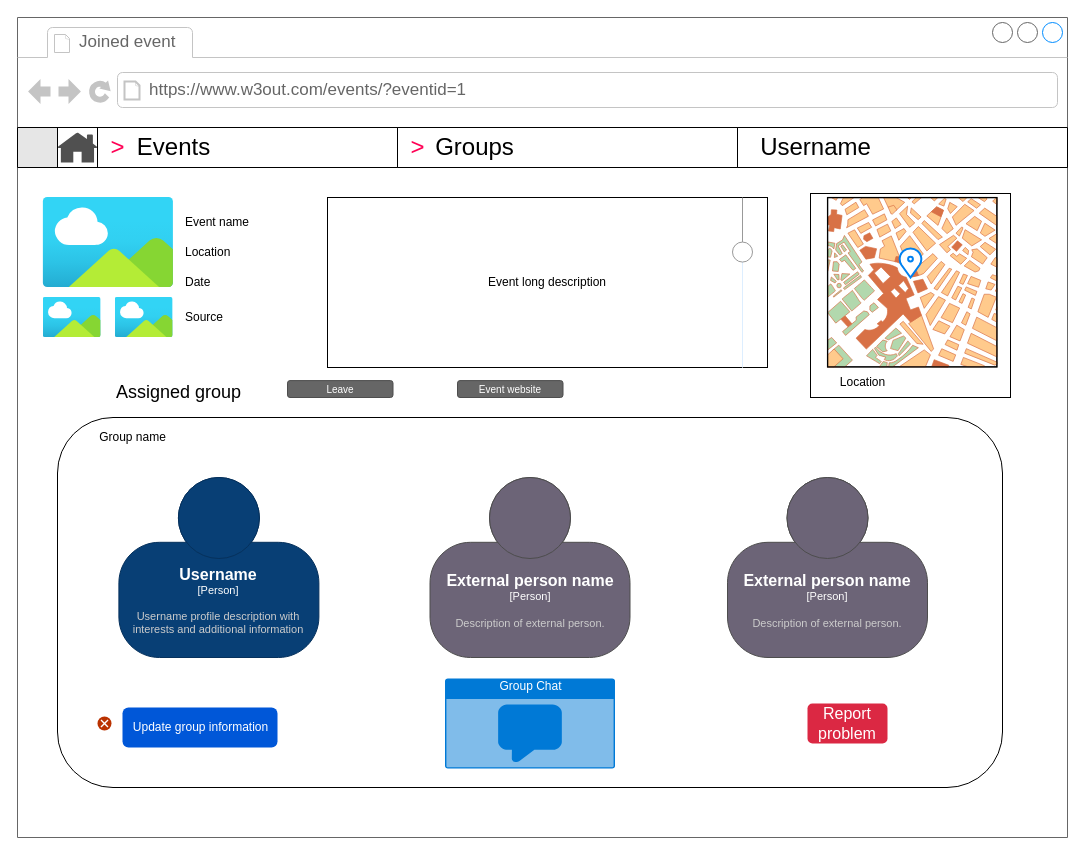
josura/HCI keeps this draw.io diagram as project/eventmockup.drawio. Above is the earlier version. Source tidied: cells renumbered, new cells numbered last; positions are measured from the earlier drawing's top-left corner, leaving out a move shared by most shapes. Both pictures are drawn from the tidied source at 100%, with x=0, y=0 at pixel (17, 17). Pictures stored in the file or linked from it are replaced by grey dashed boxes.
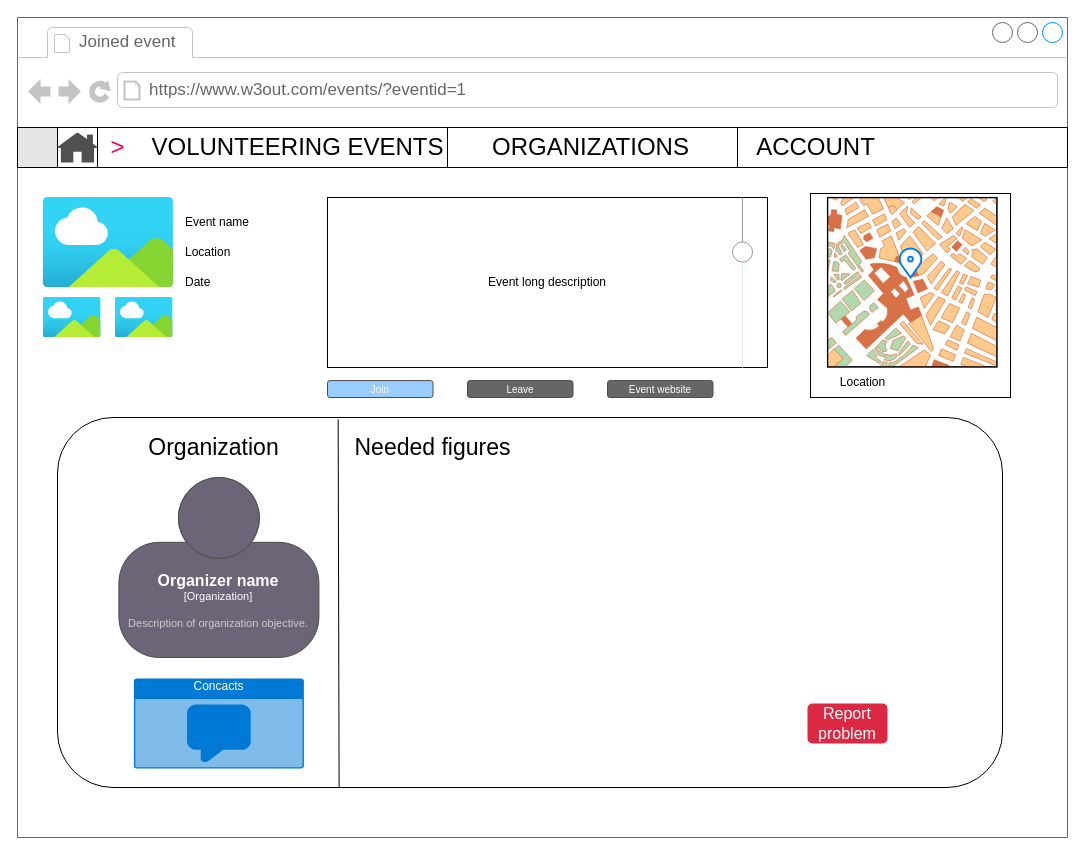
After the change.

The change refers to these unchanged cells:
```xml
<mxCell id="2" style="strokeWidth=1;shadow=0;dashed=0;align=center;html=1;shape=mxgraph.mockup.containers.browserWindow;rSize=0;strokeColor=#666666;mainText=,;rounded=0;labelBackgroundColor=none;fontFamily=Verdana;fontSize=12;" parent="1" vertex="1">
  <mxGeometry width="1050" height="820" as="geometry" />
</mxCell>
<mxCell id="16" style="rounded=1;whiteSpace=wrap;html=1;" parent="2" vertex="1">
  <mxGeometry x="40" y="400" width="945" height="370" as="geometry" />
</mxCell>
<mxCell id="38" style="swimlane;startSize=0;" parent="1" vertex="1">
  <mxGeometry x="720" y="110" width="330" height="40" as="geometry" />
</mxCell>
```

What changed in the source:
```diff
@@
-    <mxCell id="5" style="fillColor=#E6E6E6;strokeColor=#999999;dashed=1;html=1;verticalAlign=top;verticalLabelPosition=bottom;labelBackgroundColor=#ffffff;" parent="2" vertex="1">
-      <mxGeometry y="110" width="40" height="40" as="geometry" />
-    </mxCell>
-    <mxCell id="6" style="swimlane;startSize=0;" parent="2" vertex="1">
-      <mxGeometry x="380" y="110" width="340" height="40" as="geometry" />
-    </mxCell>
-    <mxCell id="7" value="&lt;font style=&quot;font-size: 24px;&quot;&gt;Groups&lt;/font&gt;" style="text;html=1;align=center;verticalAlign=middle;strokeColor=none;fillColor=none;" parent="6" vertex="1">
-      <mxGeometry x="27" width="100" height="40" as="geometry" />
-    </mxCell>
-    <mxCell id="8" value="&lt;font style=&quot;font-size: 24px;&quot; color=&quot;#ff0055&quot;&gt;&amp;gt;&lt;/font&gt;" style="text;html=1;align=center;verticalAlign=middle;strokeColor=none;fillColor=none;" parent="6" vertex="1">
-      <mxGeometry width="40" height="40" as="geometry" />
-    </mxCell>
-    <mxCell id="9" style="sketch=0;shadow=0;dashed=0;html=1;strokeColor=none;fillColor=#505050;labelPosition=center;verticalLabelPosition=bottom;verticalAlign=top;align=center;shape=mxgraph.office.concepts.home;" parent="2" vertex="1">
-      <mxGeometry x="40" y="115" width="40" height="30" as="geometry" />
-    </mxCell>
@@
-    <mxCell id="15" value="Source" style="text;html=1;align=left;verticalAlign=middle;strokeColor=none;fillColor=none;" parent="2" vertex="1">
-      <mxGeometry x="166.4" y="285" width="60" height="30" as="geometry" />
-    </mxCell>
@@
-    <mxCell id="19" value="Assigned group" style="text;html=1;align=center;verticalAlign=middle;strokeColor=none;fillColor=none;fontSize=18;" parent="2" vertex="1">
-      <mxGeometry x="86.4" y="355" width="150" height="40" as="geometry" />
-    </mxCell>
-    <object id="20" label="&lt;font style=&quot;font-size: 16px&quot;&gt;&lt;b&gt;%c4Name%&lt;/b&gt;&lt;/font&gt;&lt;div&gt;[%c4Type%]&lt;/div&gt;&lt;br&gt;&lt;div&gt;&lt;font style=&quot;font-size: 11px&quot;&gt;&lt;font color=&quot;#cccccc&quot;&gt;%c4Description%&lt;/font&gt;&lt;/div&gt;" c4Description="Username profile description with interests and additional information" c4Name="Username" c4Type="Person" placeholders="1">
-      <mxCell style="html=1;fontSize=11;dashed=0;whiteSpace=wrap;fillColor=#083F75;strokeColor=#06315C;fontColor=#ffffff;shape=mxgraph.c4.person2;align=center;" parent="2" vertex="1">
-        <mxGeometry x="101.4" y="460" width="200" height="180" as="geometry" />
-      </mxCell>
-    </object>
-    <object id="21" label="&lt;font style=&quot;font-size: 16px&quot;&gt;&lt;b&gt;%c4Name%&lt;/b&gt;&lt;/font&gt;&lt;div&gt;[%c4Type%]&lt;/div&gt;&lt;br&gt;&lt;div&gt;&lt;font style=&quot;font-size: 11px&quot;&gt;&lt;font color=&quot;#cccccc&quot;&gt;%c4Description%&lt;/font&gt;&lt;/div&gt;" c4Description="Description of external person." c4Name="External person name" c4Type="Person" placeholders="1">
+    <object id="21" label="&lt;font style=&quot;font-size: 16px&quot;&gt;&lt;b&gt;%c4Name%&lt;/b&gt;&lt;/font&gt;&lt;div&gt;[%c4Type%]&lt;/div&gt;&lt;br&gt;&lt;div&gt;&lt;font style=&quot;font-size: 11px&quot;&gt;&lt;font color=&quot;#cccccc&quot;&gt;%c4Description%&lt;/font&gt;&lt;/div&gt;" c4Description="Description of organization objective." c4Name="Organizer name" c4Type="Organization" placeholders="1">
       <mxCell style="html=1;fontSize=11;dashed=0;whiteSpace=wrap;fillColor=#6C6477;strokeColor=#4D4D4D;fontColor=#ffffff;shape=mxgraph.c4.person2;align=center;" parent="2" vertex="1">
-        <mxGeometry x="412.5" y="460" width="200" height="180" as="geometry" />
+        <mxGeometry x="101.4" y="460" width="200" height="180" as="geometry" />
       </mxCell>
     </object>
-    <object id="22" label="&lt;font style=&quot;font-size: 16px&quot;&gt;&lt;b&gt;%c4Name%&lt;/b&gt;&lt;/font&gt;&lt;div&gt;[%c4Type%]&lt;/div&gt;&lt;br&gt;&lt;div&gt;&lt;font style=&quot;font-size: 11px&quot;&gt;&lt;font color=&quot;#cccccc&quot;&gt;%c4Description%&lt;/font&gt;&lt;/div&gt;" c4Description="Description of external person." c4Name="External person name" c4Type="Person" placeholders="1">
-      <mxCell style="html=1;fontSize=11;dashed=0;whiteSpace=wrap;fillColor=#6C6477;strokeColor=#4D4D4D;fontColor=#ffffff;shape=mxgraph.c4.person2;align=center;" parent="2" vertex="1">
-        <mxGeometry x="710" y="460" width="200" height="180" as="geometry" />
-      </mxCell>
-    </object>
@@
-    <mxCell id="27" value="Group name" style="text;html=1;align=center;verticalAlign=middle;strokeColor=none;fillColor=none;" parent="2" vertex="1">
-      <mxGeometry x="70" y="405" width="90" height="30" as="geometry" />
+    <mxCell id="27" value="&lt;font style=&quot;font-size: 23px;&quot;&gt;Organization&lt;/font&gt;" style="text;html=1;align=center;verticalAlign=middle;strokeColor=none;fillColor=none;" parent="2" vertex="1">
+      <mxGeometry x="121.4" y="410" width="150" height="40" as="geometry" />
     </mxCell>
-    <mxCell id="28" value="Update group information" style="rounded=1;fillColor=#0057D8;align=center;strokeColor=none;html=1;fontColor=#ffffff;fontSize=12;sketch=0;" parent="2" vertex="1">
-      <mxGeometry x="105" y="690" width="155" height="40" as="geometry" />
-    </mxCell>
-    <mxCell id="29" style="html=1;shadow=0;dashed=0;shape=mxgraph.atlassian.close;fillColor=#BA3200;strokeColor=none;html=1;sketch=0;" parent="2" vertex="1">
-      <mxGeometry x="80" y="699" width="14" height="14" as="geometry" />
-    </mxCell>
     <mxCell id="30" value="Leave" style="rounded=1;html=1;shadow=0;dashed=0;whiteSpace=wrap;fontSize=10;fillColor=#666666;align=center;strokeColor=#4D4D4D;fontColor=#ffffff;" parent="2" vertex="1">
-      <mxGeometry x="270" y="363.1" width="105.5" height="16.9" as="geometry" />
+      <mxGeometry x="450" y="363.1" width="105.5" height="16.9" as="geometry" />
     </mxCell>
     <mxCell id="31" value="Event website" style="rounded=1;html=1;shadow=0;dashed=0;whiteSpace=wrap;fontSize=10;fillColor=#666666;align=center;strokeColor=#4D4D4D;fontColor=#ffffff;" parent="2" vertex="1">
-      <mxGeometry x="440" y="363.1" width="105.5" height="16.9" as="geometry" />
+      <mxGeometry x="590" y="363.1" width="105.5" height="16.9" as="geometry" />
     </mxCell>
-    <mxCell id="32" value="Group Chat" style="html=1;strokeColor=none;fillColor=#0079D6;labelPosition=center;verticalLabelPosition=middle;verticalAlign=top;align=center;fontSize=12;spacingTop=-6;fontColor=#FFFFFF;sketch=0;shape=mxgraph.sitemap.chat;" parent="2" vertex="1">
-      <mxGeometry x="427.5" y="661" width="170" height="90" as="geometry" />
+    <mxCell id="32" value="Concacts" style="html=1;strokeColor=none;fillColor=#0079D6;labelPosition=center;verticalLabelPosition=middle;verticalAlign=top;align=center;fontSize=12;spacingTop=-6;fontColor=#FFFFFF;sketch=0;shape=mxgraph.sitemap.chat;" parent="2" vertex="1">
+      <mxGeometry x="116.4" y="661" width="170" height="90" as="geometry" />
     </mxCell>
@@
+    <mxCell id="42" style="endArrow=none;html=1;rounded=0;exitX=0.298;exitY=0.999;exitDx=0;exitDy=0;exitPerimeter=0;entryX=0.297;entryY=0.005;entryDx=0;entryDy=0;entryPerimeter=0;" parent="2" edge="1" source="16" target="16">
+      <mxGeometry relative="1" as="geometry" />
+    </mxCell>
+    <mxCell id="43" value="&lt;font style=&quot;font-size: 23px;&quot;&gt;Needed figures&lt;/font&gt;" style="text;html=1;align=center;verticalAlign=middle;strokeColor=none;fillColor=none;" parent="2" vertex="1">
+      <mxGeometry x="325" y="410" width="180" height="40" as="geometry" />
+    </mxCell>
+    <mxCell id="44" value="Join" style="rounded=1;html=1;shadow=0;dashed=0;whiteSpace=wrap;fontSize=10;fillColor=#99CCFF;align=center;strokeColor=#4D4D4D;fontColor=#ffffff;" parent="2" vertex="1">
+      <mxGeometry x="310" y="363.1" width="105.5" height="16.9" as="geometry" />
+    </mxCell>
+    <mxCell id="41" style="html=1;align=center;image;fontSize=12;image=img/lib/azure2/general/Image.svg;" parent="1" vertex="1">
+      <mxGeometry x="97.5" y="280" width="58.2" height="40" as="geometry" />
+    </mxCell>
+    <mxCell id="45" style="fillColor=#E6E6E6;strokeColor=#999999;dashed=1;html=1;verticalAlign=top;verticalLabelPosition=bottom;labelBackgroundColor=#ffffff;" parent="1" vertex="1">
+      <mxGeometry y="110" width="40" height="40" as="geometry" />
+    </mxCell>
+    <mxCell id="46" style="sketch=0;shadow=0;dashed=0;html=1;strokeColor=none;fillColor=#505050;labelPosition=center;verticalLabelPosition=bottom;verticalAlign=top;align=center;shape=mxgraph.office.concepts.home;" parent="1" vertex="1">
+      <mxGeometry x="40" y="115" width="40" height="30" as="geometry" />
+    </mxCell>
@@
-    <mxCell id="35" style="swimlane;startSize=0;" parent="1" vertex="1">
-      <mxGeometry x="40" y="110" width="340" height="40" as="geometry" />
-    </mxCell>
-    <mxCell id="36" value="&lt;font style=&quot;font-size: 24px;&quot;&gt;Events&lt;/font&gt;" style="text;html=1;align=center;verticalAlign=middle;strokeColor=none;fillColor=none;" parent="35" vertex="1">
-      <mxGeometry x="66" width="100" height="40" as="geometry" />
-    </mxCell>
+    <mxCell id="47" style="swimlane;startSize=0;" parent="1" vertex="1">
+      <mxGeometry x="40" y="110" width="390" height="40" as="geometry" />
+    </mxCell>
+    <mxCell id="48" value="&lt;font style=&quot;font-size: 24px;&quot;&gt;VOLUNTEERING EVENTS&lt;/font&gt;" style="text;html=1;align=center;verticalAlign=middle;strokeColor=none;fillColor=none;" parent="47" vertex="1">
+      <mxGeometry x="80" width="320" height="40" as="geometry" />
+    </mxCell>
-    <mxCell id="37" value="&lt;font style=&quot;font-size: 24px;&quot; color=&quot;#ff0055&quot;&gt;&amp;gt;&lt;/font&gt;" style="text;html=1;align=center;verticalAlign=middle;strokeColor=none;fillColor=none;" parent="35" vertex="1">
+    <mxCell id="37" value="&lt;font style=&quot;font-size: 24px;&quot; color=&quot;#ff0055&quot;&gt;&amp;gt;&lt;/font&gt;" style="text;html=1;align=center;verticalAlign=middle;strokeColor=none;fillColor=none;" parent="47" vertex="1">
       <mxGeometry x="40" width="40" height="40" as="geometry" />
     </mxCell>
@@
-    <mxCell id="39" value="&lt;font style=&quot;font-size: 24px;&quot;&gt;Username&lt;/font&gt;" style="text;html=1;align=center;verticalAlign=middle;strokeColor=none;fillColor=none;" parent="38" vertex="1">
-      <mxGeometry x="13" width="130" height="40" as="geometry" />
-    </mxCell>
+    <mxCell id="49" value="&lt;font style=&quot;font-size: 24px;&quot;&gt;ACCOUNT&lt;/font&gt;" style="text;html=1;align=center;verticalAlign=middle;strokeColor=none;fillColor=none;" parent="38" vertex="1">
+      <mxGeometry x="8" width="140" height="40" as="geometry" />
+    </mxCell>
@@
-    <mxCell id="41" style="html=1;align=center;image;fontSize=12;image=img/lib/azure2/general/Image.svg;" parent="1" vertex="1">
-      <mxGeometry x="97.5" y="280" width="58.2" height="40" as="geometry" />
-    </mxCell>
+    <mxCell id="50" style="swimlane;startSize=0;" parent="1" vertex="1">
+      <mxGeometry x="430" y="110" width="290" height="40" as="geometry" />
+    </mxCell>
+    <mxCell id="51" value="&lt;span style=&quot;font-size: 24px;&quot;&gt;ORGANIZATIONS&lt;/span&gt;" style="text;html=1;align=center;verticalAlign=middle;strokeColor=none;fillColor=none;" parent="50" vertex="1">
+      <mxGeometry x="33" width="220" height="40" as="geometry" />
+    </mxCell>
```
